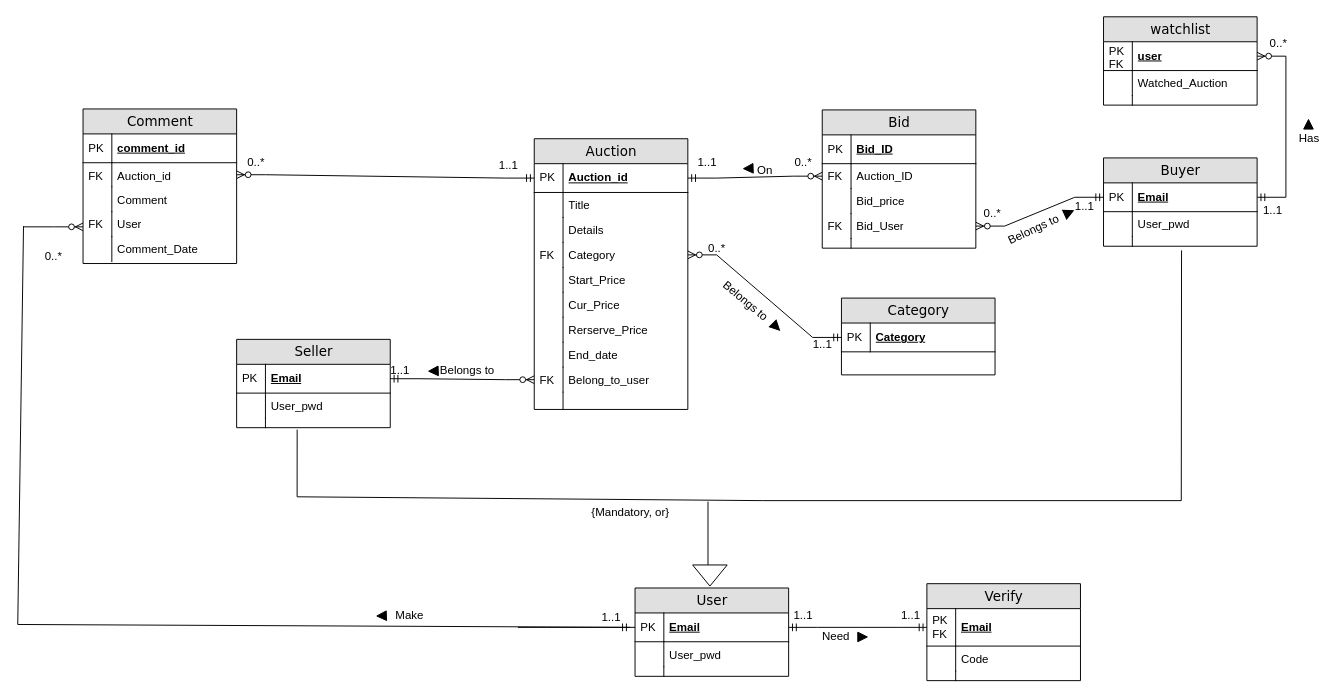
Melo-Melon/git_file keeps this draw.io diagram as Untitled Diagram.drawio. Above is the earlier version. Source tidied: cells renumbered, new cells numbered last; positions are measured from the earlier drawing's top-left corner, leaving out a move shared by most shapes. Both pictures are drawn from the tidied source at 96%, with x=0, y=0 at pixel (17, 16).
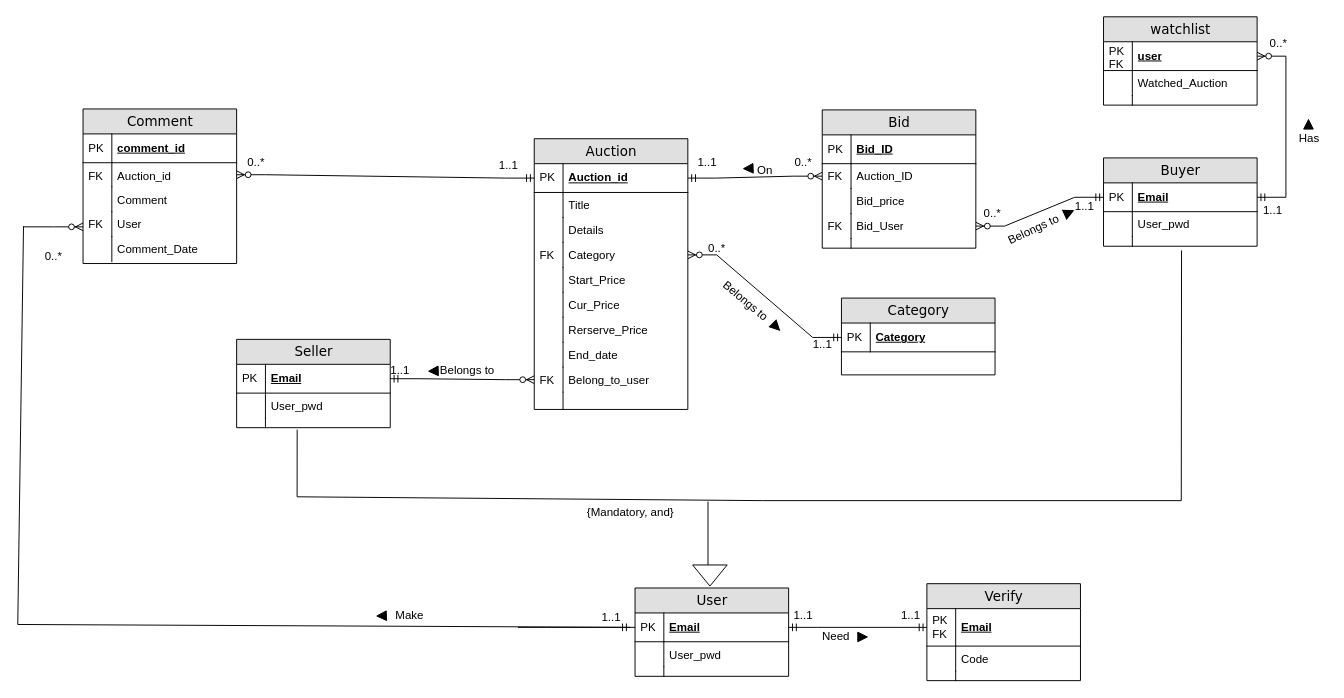
The same diagram, later.

Change to the diagram source:
```diff
@@
-    <mxCell id="81" value="{Mandatory, or}" style="text;html=1;align=center;verticalAlign=middle;strokeColor=none;fillColor=none;" parent="1" vertex="1">
-      <mxGeometry x="588" y="504" width="99" height="26" as="geometry" />
+    <mxCell id="81" value="{Mandatory, and}" style="text;html=1;align=center;verticalAlign=middle;strokeColor=none;fillColor=none;" parent="1" vertex="1">
+      <mxGeometry x="583" y="504" width="109" height="26" as="geometry" />
     </mxCell>
```
